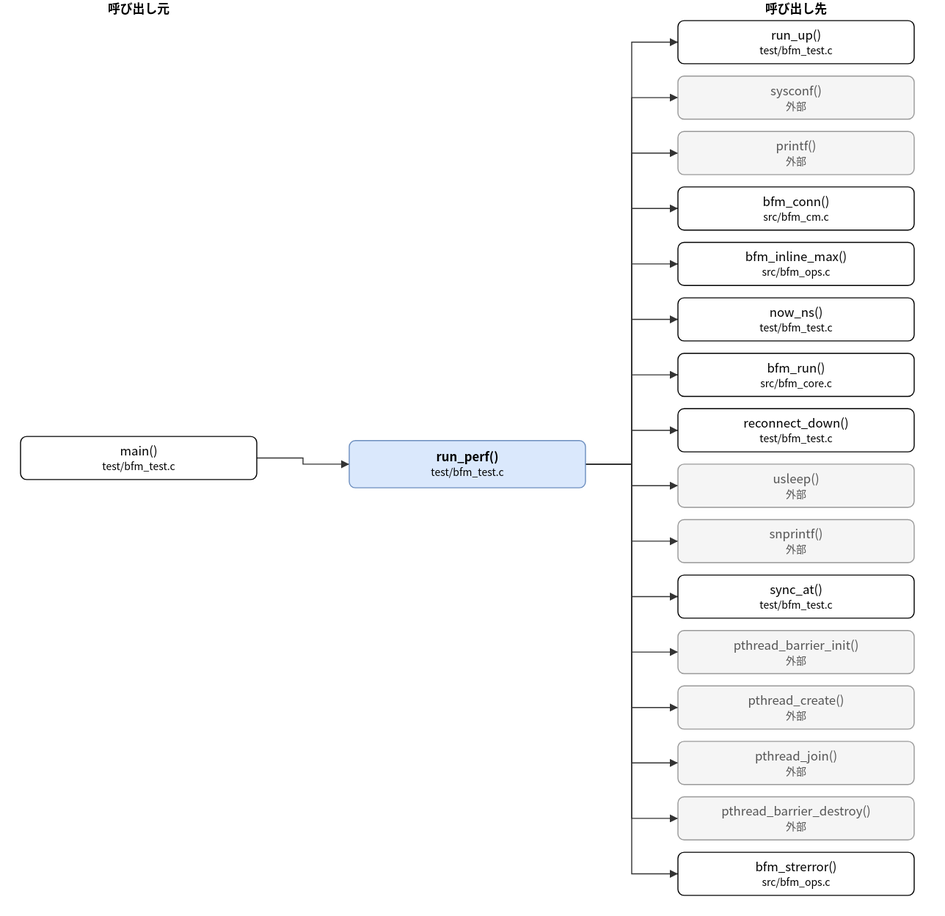
The draw.io diagram doc/spec/images/call_test_bfm_test-run_perf.drawio.svg in hf355051012-ai/bfmem, before a commit. Source tidied: cells renumbered, new cells last; positions are measured from the earlier drawing's top-left corner, leaving out a move shared by most shapes.
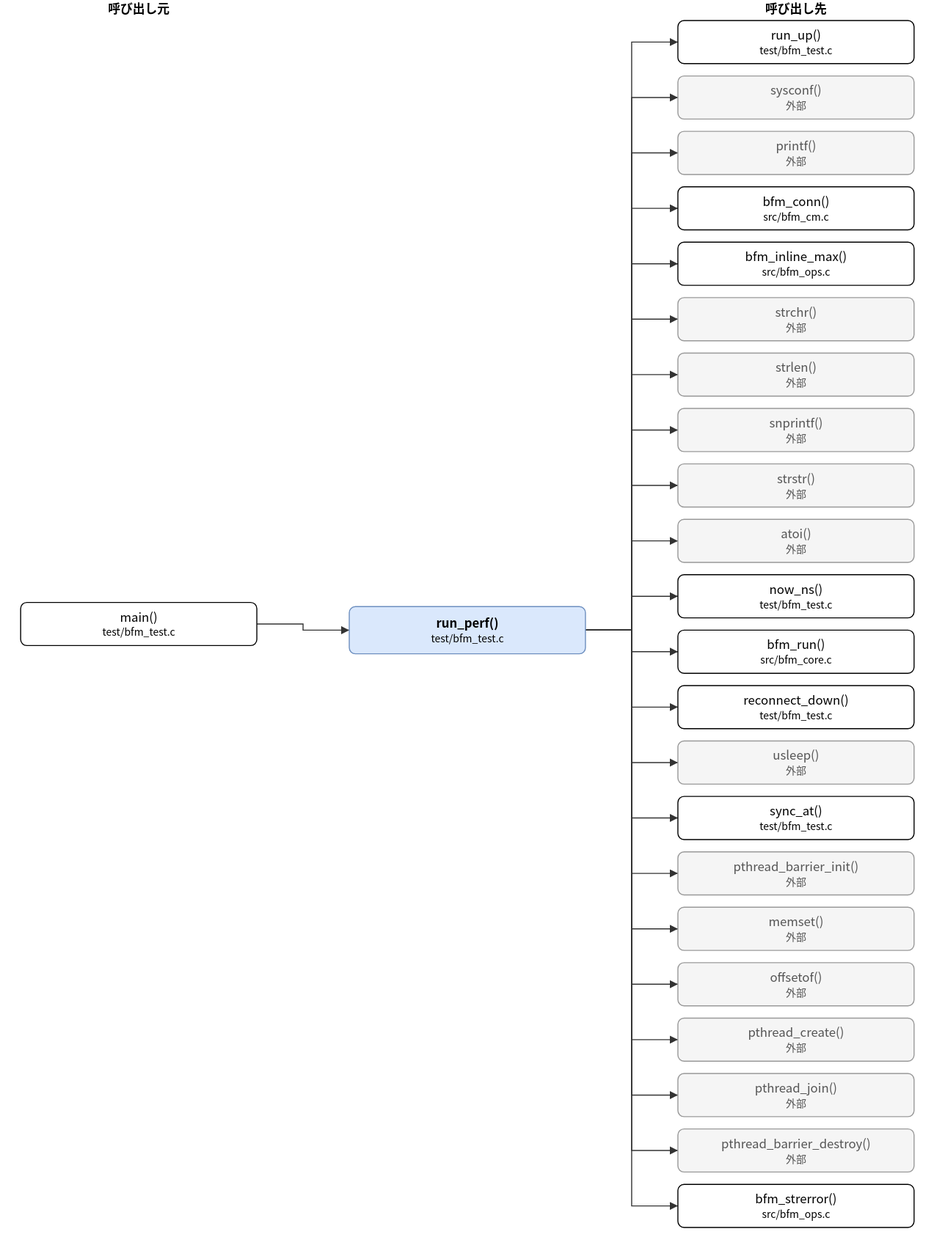
The same file after the commit.

Change to the diagram source:
```diff
@@ -3,10 +3,10 @@
     <mxCell id="0" />
     <mxCell id="1" parent="0" />
     <mxCell id="2" value="run_perf()&lt;br&gt;&lt;font style=&quot;font-size:10px&quot;&gt;test/bfm_test.c&lt;/font&gt;" style="rounded=1;whiteSpace=wrap;html=1;fillColor=#dae8fc;strokeColor=#6c8ebf;fontStyle=1;" parent="1" vertex="1">
-      <mxGeometry x="320" y="429" width="230" height="46" as="geometry" />
+      <mxGeometry x="320" y="591" width="230" height="46" as="geometry" />
     </mxCell>
     <mxCell id="3" value="main()&lt;br&gt;&lt;font style=&quot;font-size:10px&quot;&gt;test/bfm_test.c&lt;/font&gt;" style="rounded=1;whiteSpace=wrap;html=1;" parent="1" vertex="1">
-      <mxGeometry y="425" width="230" height="42" as="geometry" />
+      <mxGeometry y="587" width="230" height="42" as="geometry" />
     </mxCell>
     <mxCell id="4" value="run_up()&lt;br&gt;&lt;font style=&quot;font-size:10px&quot;&gt;test/bfm_test.c&lt;/font&gt;" style="rounded=1;whiteSpace=wrap;html=1;" parent="1" vertex="1">
       <mxGeometry x="640" y="20" width="230" height="42" as="geometry" />
@@ -23,51 +23,69 @@
     <mxCell id="8" value="bfm_inline_max()&lt;br&gt;&lt;font style=&quot;font-size:10px&quot;&gt;src/bfm_ops.c&lt;/font&gt;" style="rounded=1;whiteSpace=wrap;html=1;" parent="1" vertex="1">
       <mxGeometry x="640" y="236" width="230" height="42" as="geometry" />
     </mxCell>
-    <mxCell id="9" value="now_ns()&lt;br&gt;&lt;font style=&quot;font-size:10px&quot;&gt;test/bfm_test.c&lt;/font&gt;" style="rounded=1;whiteSpace=wrap;html=1;" parent="1" vertex="1">
+    <mxCell id="9" value="strchr()&lt;br&gt;&lt;font style=&quot;font-size:10px&quot;&gt;外部&lt;/font&gt;" style="rounded=1;whiteSpace=wrap;html=1;fillColor=#f5f5f5;strokeColor=#999999;fontColor=#555555;" parent="1" vertex="1">
       <mxGeometry x="640" y="290" width="230" height="42" as="geometry" />
     </mxCell>
-    <mxCell id="10" value="bfm_run()&lt;br&gt;&lt;font style=&quot;font-size:10px&quot;&gt;src/bfm_core.c&lt;/font&gt;" style="rounded=1;whiteSpace=wrap;html=1;" parent="1" vertex="1">
+    <mxCell id="10" value="strlen()&lt;br&gt;&lt;font style=&quot;font-size:10px&quot;&gt;外部&lt;/font&gt;" style="rounded=1;whiteSpace=wrap;html=1;fillColor=#f5f5f5;strokeColor=#999999;fontColor=#555555;" parent="1" vertex="1">
       <mxGeometry x="640" y="344" width="230" height="42" as="geometry" />
     </mxCell>
-    <mxCell id="11" value="reconnect_down()&lt;br&gt;&lt;font style=&quot;font-size:10px&quot;&gt;test/bfm_test.c&lt;/font&gt;" style="rounded=1;whiteSpace=wrap;html=1;" parent="1" vertex="1">
+    <mxCell id="11" value="snprintf()&lt;br&gt;&lt;font style=&quot;font-size:10px&quot;&gt;外部&lt;/font&gt;" style="rounded=1;whiteSpace=wrap;html=1;fillColor=#f5f5f5;strokeColor=#999999;fontColor=#555555;" parent="1" vertex="1">
       <mxGeometry x="640" y="398" width="230" height="42" as="geometry" />
     </mxCell>
-    <mxCell id="12" value="usleep()&lt;br&gt;&lt;font style=&quot;font-size:10px&quot;&gt;外部&lt;/font&gt;" style="rounded=1;whiteSpace=wrap;html=1;fillColor=#f5f5f5;strokeColor=#999999;fontColor=#555555;" parent="1" vertex="1">
+    <mxCell id="12" value="strstr()&lt;br&gt;&lt;font style=&quot;font-size:10px&quot;&gt;外部&lt;/font&gt;" style="rounded=1;whiteSpace=wrap;html=1;fillColor=#f5f5f5;strokeColor=#999999;fontColor=#555555;" parent="1" vertex="1">
       <mxGeometry x="640" y="452" width="230" height="42" as="geometry" />
     </mxCell>
-    <mxCell id="13" value="snprintf()&lt;br&gt;&lt;font style=&quot;font-size:10px&quot;&gt;外部&lt;/font&gt;" style="rounded=1;whiteSpace=wrap;html=1;fillColor=#f5f5f5;strokeColor=#999999;fontColor=#555555;" parent="1" vertex="1">
+    <mxCell id="13" value="atoi()&lt;br&gt;&lt;font style=&quot;font-size:10px&quot;&gt;外部&lt;/font&gt;" style="rounded=1;whiteSpace=wrap;html=1;fillColor=#f5f5f5;strokeColor=#999999;fontColor=#555555;" parent="1" vertex="1">
       <mxGeometry x="640" y="506" width="230" height="42" as="geometry" />
     </mxCell>
-    <mxCell id="14" value="sync_at()&lt;br&gt;&lt;font style=&quot;font-size:10px&quot;&gt;test/bfm_test.c&lt;/font&gt;" style="rounded=1;whiteSpace=wrap;html=1;" parent="1" vertex="1">
+    <mxCell id="14" value="now_ns()&lt;br&gt;&lt;font style=&quot;font-size:10px&quot;&gt;test/bfm_test.c&lt;/font&gt;" style="rounded=1;whiteSpace=wrap;html=1;" parent="1" vertex="1">
       <mxGeometry x="640" y="560" width="230" height="42" as="geometry" />
     </mxCell>
-    <mxCell id="15" value="pthread_barrier_init()&lt;br&gt;&lt;font style=&quot;font-size:10px&quot;&gt;外部&lt;/font&gt;" style="rounded=1;whiteSpace=wrap;html=1;fillColor=#f5f5f5;strokeColor=#999999;fontColor=#555555;" parent="1" vertex="1">
+    <mxCell id="15" value="bfm_run()&lt;br&gt;&lt;font style=&quot;font-size:10px&quot;&gt;src/bfm_core.c&lt;/font&gt;" style="rounded=1;whiteSpace=wrap;html=1;" parent="1" vertex="1">
       <mxGeometry x="640" y="614" width="230" height="42" as="geometry" />
     </mxCell>
-    <mxCell id="16" value="pthread_create()&lt;br&gt;&lt;font style=&quot;font-size:10px&quot;&gt;外部&lt;/font&gt;" style="rounded=1;whiteSpace=wrap;html=1;fillColor=#f5f5f5;strokeColor=#999999;fontColor=#555555;" parent="1" vertex="1">
+    <mxCell id="16" value="reconnect_down()&lt;br&gt;&lt;font style=&quot;font-size:10px&quot;&gt;test/bfm_test.c&lt;/font&gt;" style="rounded=1;whiteSpace=wrap;html=1;" parent="1" vertex="1">
       <mxGeometry x="640" y="668" width="230" height="42" as="geometry" />
     </mxCell>
-    <mxCell id="17" value="pthread_join()&lt;br&gt;&lt;font style=&quot;font-size:10px&quot;&gt;外部&lt;/font&gt;" style="rounded=1;whiteSpace=wrap;html=1;fillColor=#f5f5f5;strokeColor=#999999;fontColor=#555555;" parent="1" vertex="1">
+    <mxCell id="17" value="usleep()&lt;br&gt;&lt;font style=&quot;font-size:10px&quot;&gt;外部&lt;/font&gt;" style="rounded=1;whiteSpace=wrap;html=1;fillColor=#f5f5f5;strokeColor=#999999;fontColor=#555555;" parent="1" vertex="1">
       <mxGeometry x="640" y="722" width="230" height="42" as="geometry" />
     </mxCell>
-    <mxCell id="18" value="pthread_barrier_destroy()&lt;br&gt;&lt;font style=&quot;font-size:10px&quot;&gt;外部&lt;/font&gt;" style="rounded=1;whiteSpace=wrap;html=1;fillColor=#f5f5f5;strokeColor=#999999;fontColor=#555555;" parent="1" vertex="1">
+    <mxCell id="18" value="sync_at()&lt;br&gt;&lt;font style=&quot;font-size:10px&quot;&gt;test/bfm_test.c&lt;/font&gt;" style="rounded=1;whiteSpace=wrap;html=1;" parent="1" vertex="1">
       <mxGeometry x="640" y="776" width="230" height="42" as="geometry" />
     </mxCell>
-    <mxCell id="19" value="bfm_strerror()&lt;br&gt;&lt;font style=&quot;font-size:10px&quot;&gt;src/bfm_ops.c&lt;/font&gt;" style="rounded=1;whiteSpace=wrap;html=1;" parent="1" vertex="1">
+    <mxCell id="19" value="pthread_barrier_init()&lt;br&gt;&lt;font style=&quot;font-size:10px&quot;&gt;外部&lt;/font&gt;" style="rounded=1;whiteSpace=wrap;html=1;fillColor=#f5f5f5;strokeColor=#999999;fontColor=#555555;" parent="1" vertex="1">
       <mxGeometry x="640" y="830" width="230" height="42" as="geometry" />
     </mxCell>
+    <mxCell id="39" value="memset()&lt;br&gt;&lt;font style=&quot;font-size:10px&quot;&gt;外部&lt;/font&gt;" style="rounded=1;whiteSpace=wrap;html=1;fillColor=#f5f5f5;strokeColor=#999999;fontColor=#555555;" parent="1" vertex="1">
+      <mxGeometry x="640" y="884" width="230" height="42" as="geometry" />
+    </mxCell>
+    <mxCell id="40" value="offsetof()&lt;br&gt;&lt;font style=&quot;font-size:10px&quot;&gt;外部&lt;/font&gt;" style="rounded=1;whiteSpace=wrap;html=1;fillColor=#f5f5f5;strokeColor=#999999;fontColor=#555555;" parent="1" vertex="1">
+      <mxGeometry x="640" y="938" width="230" height="42" as="geometry" />
+    </mxCell>
+    <mxCell id="41" value="pthread_create()&lt;br&gt;&lt;font style=&quot;font-size:10px&quot;&gt;外部&lt;/font&gt;" style="rounded=1;whiteSpace=wrap;html=1;fillColor=#f5f5f5;strokeColor=#999999;fontColor=#555555;" parent="1" vertex="1">
+      <mxGeometry x="640" y="992" width="230" height="42" as="geometry" />
+    </mxCell>
+    <mxCell id="42" value="pthread_join()&lt;br&gt;&lt;font style=&quot;font-size:10px&quot;&gt;外部&lt;/font&gt;" style="rounded=1;whiteSpace=wrap;html=1;fillColor=#f5f5f5;strokeColor=#999999;fontColor=#555555;" parent="1" vertex="1">
+      <mxGeometry x="640" y="1046" width="230" height="42" as="geometry" />
+    </mxCell>
+    <mxCell id="43" value="pthread_barrier_destroy()&lt;br&gt;&lt;font style=&quot;font-size:10px&quot;&gt;外部&lt;/font&gt;" style="rounded=1;whiteSpace=wrap;html=1;fillColor=#f5f5f5;strokeColor=#999999;fontColor=#555555;" parent="1" vertex="1">
+      <mxGeometry x="640" y="1100" width="230" height="42" as="geometry" />
+    </mxCell>
+    <mxCell id="44" value="bfm_strerror()&lt;br&gt;&lt;font style=&quot;font-size:10px&quot;&gt;src/bfm_ops.c&lt;/font&gt;" style="rounded=1;whiteSpace=wrap;html=1;" parent="1" vertex="1">
+      <mxGeometry x="640" y="1154" width="230" height="42" as="geometry" />
+    </mxCell>
     <mxCell id="20" style="edgeStyle=none;html=1;rounded=0;endArrow=block;endFill=1;exitX=1.0000;exitY=0.5000;exitDx=0;exitDy=0;exitPerimeter=0;entryX=0.0000;entryY=0.5000;entryDx=0;entryDy=0;entryPerimeter=0;" parent="1" edge="1" source="3" target="2">
       <mxGeometry relative="1" as="geometry">
         <Array as="points">
-          <mxPoint x="275" y="446" />
-          <mxPoint x="275" y="452" />
+          <mxPoint x="275" y="608" />
+          <mxPoint x="275" y="614" />
         </Array>
       </mxGeometry>
     </mxCell>
     <mxCell id="21" style="edgeStyle=none;html=1;rounded=0;endArrow=block;endFill=1;exitX=1.0000;exitY=0.5000;exitDx=0;exitDy=0;exitPerimeter=0;entryX=0.0000;entryY=0.5000;entryDx=0;entryDy=0;entryPerimeter=0;" parent="1" edge="1" source="2" target="4">
       <mxGeometry relative="1" as="geometry">
         <Array as="points">
-          <mxPoint x="595" y="452" />
+          <mxPoint x="595" y="614" />
           <mxPoint x="595" y="41" />
         </Array>
       </mxGeometry>
@@ -75,7 +93,7 @@
     <mxCell id="22" style="edgeStyle=none;html=1;rounded=0;endArrow=block;endFill=1;exitX=1.0000;exitY=0.5000;exitDx=0;exitDy=0;exitPerimeter=0;entryX=0.0000;entryY=0.5000;entryDx=0;entryDy=0;entryPerimeter=0;" parent="1" edge="1" source="2" target="5">
       <mxGeometry relative="1" as="geometry">
         <Array as="points">
-          <mxPoint x="595" y="452" />
+          <mxPoint x="595" y="614" />
           <mxPoint x="595" y="95" />
         </Array>
       </mxGeometry>
@@ -83,7 +101,7 @@
     <mxCell id="23" style="edgeStyle=none;html=1;rounded=0;endArrow=block;endFill=1;exitX=1.0000;exitY=0.5000;exitDx=0;exitDy=0;exitPerimeter=0;entryX=0.0000;entryY=0.5000;entryDx=0;entryDy=0;entryPerimeter=0;" parent="1" edge="1" source="2" target="6">
       <mxGeometry relative="1" as="geometry">
         <Array as="points">
-          <mxPoint x="595" y="452" />
+          <mxPoint x="595" y="614" />
           <mxPoint x="595" y="149" />
         </Array>
       </mxGeometry>
@@ -91,7 +109,7 @@
     <mxCell id="24" style="edgeStyle=none;html=1;rounded=0;endArrow=block;endFill=1;exitX=1.0000;exitY=0.5000;exitDx=0;exitDy=0;exitPerimeter=0;entryX=0.0000;entryY=0.5000;entryDx=0;entryDy=0;entryPerimeter=0;" parent="1" edge="1" source="2" target="7">
       <mxGeometry relative="1" as="geometry">
         <Array as="points">
-          <mxPoint x="595" y="452" />
+          <mxPoint x="595" y="614" />
           <mxPoint x="595" y="203" />
         </Array>
       </mxGeometry>
@@ -99,7 +117,7 @@
     <mxCell id="25" style="edgeStyle=none;html=1;rounded=0;endArrow=block;endFill=1;exitX=1.0000;exitY=0.5000;exitDx=0;exitDy=0;exitPerimeter=0;entryX=0.0000;entryY=0.5000;entryDx=0;entryDy=0;entryPerimeter=0;" parent="1" edge="1" source="2" target="8">
       <mxGeometry relative="1" as="geometry">
         <Array as="points">
-          <mxPoint x="595" y="452" />
+          <mxPoint x="595" y="614" />
           <mxPoint x="595" y="257" />
         </Array>
       </mxGeometry>
@@ -107,7 +125,7 @@
     <mxCell id="26" style="edgeStyle=none;html=1;rounded=0;endArrow=block;endFill=1;exitX=1.0000;exitY=0.5000;exitDx=0;exitDy=0;exitPerimeter=0;entryX=0.0000;entryY=0.5000;entryDx=0;entryDy=0;entryPerimeter=0;" parent="1" edge="1" source="2" target="9">
       <mxGeometry relative="1" as="geometry">
         <Array as="points">
-          <mxPoint x="595" y="452" />
+          <mxPoint x="595" y="614" />
           <mxPoint x="595" y="311" />
         </Array>
       </mxGeometry>
@@ -115,7 +133,7 @@
     <mxCell id="27" style="edgeStyle=none;html=1;rounded=0;endArrow=block;endFill=1;exitX=1.0000;exitY=0.5000;exitDx=0;exitDy=0;exitPerimeter=0;entryX=0.0000;entryY=0.5000;entryDx=0;entryDy=0;entryPerimeter=0;" parent="1" edge="1" source="2" target="10">
       <mxGeometry relative="1" as="geometry">
         <Array as="points">
-          <mxPoint x="595" y="452" />
+          <mxPoint x="595" y="614" />
           <mxPoint x="595" y="365" />
         </Array>
       </mxGeometry>
@@ -123,7 +141,7 @@
     <mxCell id="28" style="edgeStyle=none;html=1;rounded=0;endArrow=block;endFill=1;exitX=1.0000;exitY=0.5000;exitDx=0;exitDy=0;exitPerimeter=0;entryX=0.0000;entryY=0.5000;entryDx=0;entryDy=0;entryPerimeter=0;" parent="1" edge="1" source="2" target="11">
       <mxGeometry relative="1" as="geometry">
         <Array as="points">
-          <mxPoint x="595" y="452" />
+          <mxPoint x="595" y="614" />
           <mxPoint x="595" y="419" />
         </Array>
       </mxGeometry>
@@ -131,7 +149,7 @@
     <mxCell id="29" style="edgeStyle=none;html=1;rounded=0;endArrow=block;endFill=1;exitX=1.0000;exitY=0.5000;exitDx=0;exitDy=0;exitPerimeter=0;entryX=0.0000;entryY=0.5000;entryDx=0;entryDy=0;entryPerimeter=0;" parent="1" edge="1" source="2" target="12">
       <mxGeometry relative="1" as="geometry">
         <Array as="points">
-          <mxPoint x="595" y="452" />
+          <mxPoint x="595" y="614" />
           <mxPoint x="595" y="473" />
         </Array>
       </mxGeometry>
@@ -139,7 +157,7 @@
     <mxCell id="30" style="edgeStyle=none;html=1;rounded=0;endArrow=block;endFill=1;exitX=1.0000;exitY=0.5000;exitDx=0;exitDy=0;exitPerimeter=0;entryX=0.0000;entryY=0.5000;entryDx=0;entryDy=0;entryPerimeter=0;" parent="1" edge="1" source="2" target="13">
       <mxGeometry relative="1" as="geometry">
         <Array as="points">
-          <mxPoint x="595" y="452" />
+          <mxPoint x="595" y="614" />
           <mxPoint x="595" y="527" />
         </Array>
       </mxGeometry>
@@ -147,7 +165,7 @@
     <mxCell id="31" style="edgeStyle=none;html=1;rounded=0;endArrow=block;endFill=1;exitX=1.0000;exitY=0.5000;exitDx=0;exitDy=0;exitPerimeter=0;entryX=0.0000;entryY=0.5000;entryDx=0;entryDy=0;entryPerimeter=0;" parent="1" edge="1" source="2" target="14">
       <mxGeometry relative="1" as="geometry">
         <Array as="points">
-          <mxPoint x="595" y="452" />
+          <mxPoint x="595" y="614" />
           <mxPoint x="595" y="581" />
         </Array>
       </mxGeometry>
@@ -155,7 +173,7 @@
     <mxCell id="32" style="edgeStyle=none;html=1;rounded=0;endArrow=block;endFill=1;exitX=1.0000;exitY=0.5000;exitDx=0;exitDy=0;exitPerimeter=0;entryX=0.0000;entryY=0.5000;entryDx=0;entryDy=0;entryPerimeter=0;" parent="1" edge="1" source="2" target="15">
       <mxGeometry relative="1" as="geometry">
         <Array as="points">
-          <mxPoint x="595" y="452" />
+          <mxPoint x="595" y="614" />
           <mxPoint x="595" y="635" />
         </Array>
       </mxGeometry>
@@ -163,7 +181,7 @@
     <mxCell id="33" style="edgeStyle=none;html=1;rounded=0;endArrow=block;endFill=1;exitX=1.0000;exitY=0.5000;exitDx=0;exitDy=0;exitPerimeter=0;entryX=0.0000;entryY=0.5000;entryDx=0;entryDy=0;entryPerimeter=0;" parent="1" edge="1" source="2" target="16">
       <mxGeometry relative="1" as="geometry">
         <Array as="points">
-          <mxPoint x="595" y="452" />
+          <mxPoint x="595" y="614" />
           <mxPoint x="595" y="689" />
         </Array>
       </mxGeometry>
@@ -171,7 +189,7 @@
     <mxCell id="34" style="edgeStyle=none;html=1;rounded=0;endArrow=block;endFill=1;exitX=1.0000;exitY=0.5000;exitDx=0;exitDy=0;exitPerimeter=0;entryX=0.0000;entryY=0.5000;entryDx=0;entryDy=0;entryPerimeter=0;" parent="1" edge="1" source="2" target="17">
       <mxGeometry relative="1" as="geometry">
         <Array as="points">
-          <mxPoint x="595" y="452" />
+          <mxPoint x="595" y="614" />
           <mxPoint x="595" y="743" />
         </Array>
       </mxGeometry>
@@ -179,7 +197,7 @@
     <mxCell id="35" style="edgeStyle=none;html=1;rounded=0;endArrow=block;endFill=1;exitX=1.0000;exitY=0.5000;exitDx=0;exitDy=0;exitPerimeter=0;entryX=0.0000;entryY=0.5000;entryDx=0;entryDy=0;entryPerimeter=0;" parent="1" edge="1" source="2" target="18">
       <mxGeometry relative="1" as="geometry">
         <Array as="points">
-          <mxPoint x="595" y="452" />
+          <mxPoint x="595" y="614" />
           <mxPoint x="595" y="797" />
         </Array>
       </mxGeometry>
@@ -187,11 +205,59 @@
     <mxCell id="36" style="edgeStyle=none;html=1;rounded=0;endArrow=block;endFill=1;exitX=1.0000;exitY=0.5000;exitDx=0;exitDy=0;exitPerimeter=0;entryX=0.0000;entryY=0.5000;entryDx=0;entryDy=0;entryPerimeter=0;" parent="1" edge="1" source="2" target="19">
       <mxGeometry relative="1" as="geometry">
         <Array as="points">
-          <mxPoint x="595" y="452" />
+          <mxPoint x="595" y="614" />
           <mxPoint x="595" y="851" />
         </Array>
       </mxGeometry>
     </mxCell>
+    <mxCell id="45" style="edgeStyle=none;html=1;rounded=0;endArrow=block;endFill=1;exitX=1.0000;exitY=0.5000;exitDx=0;exitDy=0;exitPerimeter=0;entryX=0.0000;entryY=0.5000;entryDx=0;entryDy=0;entryPerimeter=0;" parent="1" edge="1" source="2" target="39">
+      <mxGeometry relative="1" as="geometry">
+        <Array as="points">
+          <mxPoint x="595" y="614" />
+          <mxPoint x="595" y="905" />
+        </Array>
+      </mxGeometry>
+    </mxCell>
+    <mxCell id="46" style="edgeStyle=none;html=1;rounded=0;endArrow=block;endFill=1;exitX=1.0000;exitY=0.5000;exitDx=0;exitDy=0;exitPerimeter=0;entryX=0.0000;entryY=0.5000;entryDx=0;entryDy=0;entryPerimeter=0;" parent="1" edge="1" source="2" target="40">
+      <mxGeometry relative="1" as="geometry">
+        <Array as="points">
+          <mxPoint x="595" y="614" />
+          <mxPoint x="595" y="959" />
+        </Array>
+      </mxGeometry>
+    </mxCell>
+    <mxCell id="47" style="edgeStyle=none;html=1;rounded=0;endArrow=block;endFill=1;exitX=1.0000;exitY=0.5000;exitDx=0;exitDy=0;exitPerimeter=0;entryX=0.0000;entryY=0.5000;entryDx=0;entryDy=0;entryPerimeter=0;" parent="1" edge="1" source="2" target="41">
+      <mxGeometry relative="1" as="geometry">
+        <Array as="points">
+          <mxPoint x="595" y="614" />
+          <mxPoint x="595" y="1013" />
+        </Array>
+      </mxGeometry>
+    </mxCell>
+    <mxCell id="48" style="edgeStyle=none;html=1;rounded=0;endArrow=block;endFill=1;exitX=1.0000;exitY=0.5000;exitDx=0;exitDy=0;exitPerimeter=0;entryX=0.0000;entryY=0.5000;entryDx=0;entryDy=0;entryPerimeter=0;" parent="1" edge="1" source="2" target="42">
+      <mxGeometry relative="1" as="geometry">
+        <Array as="points">
+          <mxPoint x="595" y="614" />
+          <mxPoint x="595" y="1067" />
+        </Array>
+      </mxGeometry>
+    </mxCell>
+    <mxCell id="49" style="edgeStyle=none;html=1;rounded=0;endArrow=block;endFill=1;exitX=1.0000;exitY=0.5000;exitDx=0;exitDy=0;exitPerimeter=0;entryX=0.0000;entryY=0.5000;entryDx=0;entryDy=0;entryPerimeter=0;" parent="1" edge="1" source="2" target="43">
+      <mxGeometry relative="1" as="geometry">
+        <Array as="points">
+          <mxPoint x="595" y="614" />
+          <mxPoint x="595" y="1121" />
+        </Array>
+      </mxGeometry>
+    </mxCell>
+    <mxCell id="50" style="edgeStyle=none;html=1;rounded=0;endArrow=block;endFill=1;exitX=1.0000;exitY=0.5000;exitDx=0;exitDy=0;exitPerimeter=0;entryX=0.0000;entryY=0.5000;entryDx=0;entryDy=0;entryPerimeter=0;" parent="1" edge="1" source="2" target="44">
+      <mxGeometry relative="1" as="geometry">
+        <Array as="points">
+          <mxPoint x="595" y="614" />
+          <mxPoint x="595" y="1175" />
+        </Array>
+      </mxGeometry>
+    </mxCell>
     <mxCell id="37" value="呼び出し元" style="text;html=1;align=center;fontStyle=1;" parent="1" vertex="1">
       <mxGeometry x="35" width="160" height="18" as="geometry" />
     </mxCell>
```
